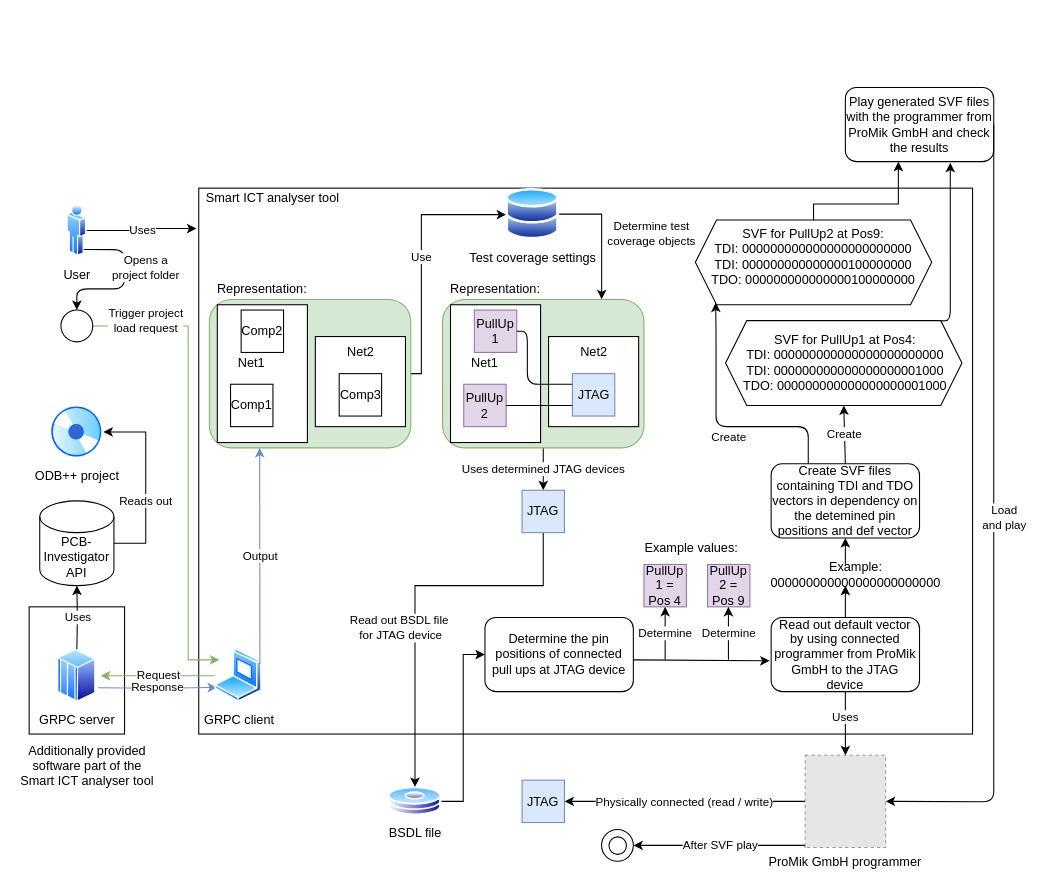
Razvanmatis/SmartIctAnalyzer keeps this draw.io diagram as Master Thesis/drawios/poster.drawio. Above is the earlier version. Source tidied: cells renumbered, new cells numbered last; positions are measured from the earlier drawing's top-left corner, leaving out a move shared by most shapes. Both pictures are drawn from the tidied source at 106%, with x=0, y=0 at pixel (18, 87). Pictures stored in the file or linked from it are replaced by grey dashed boxes.
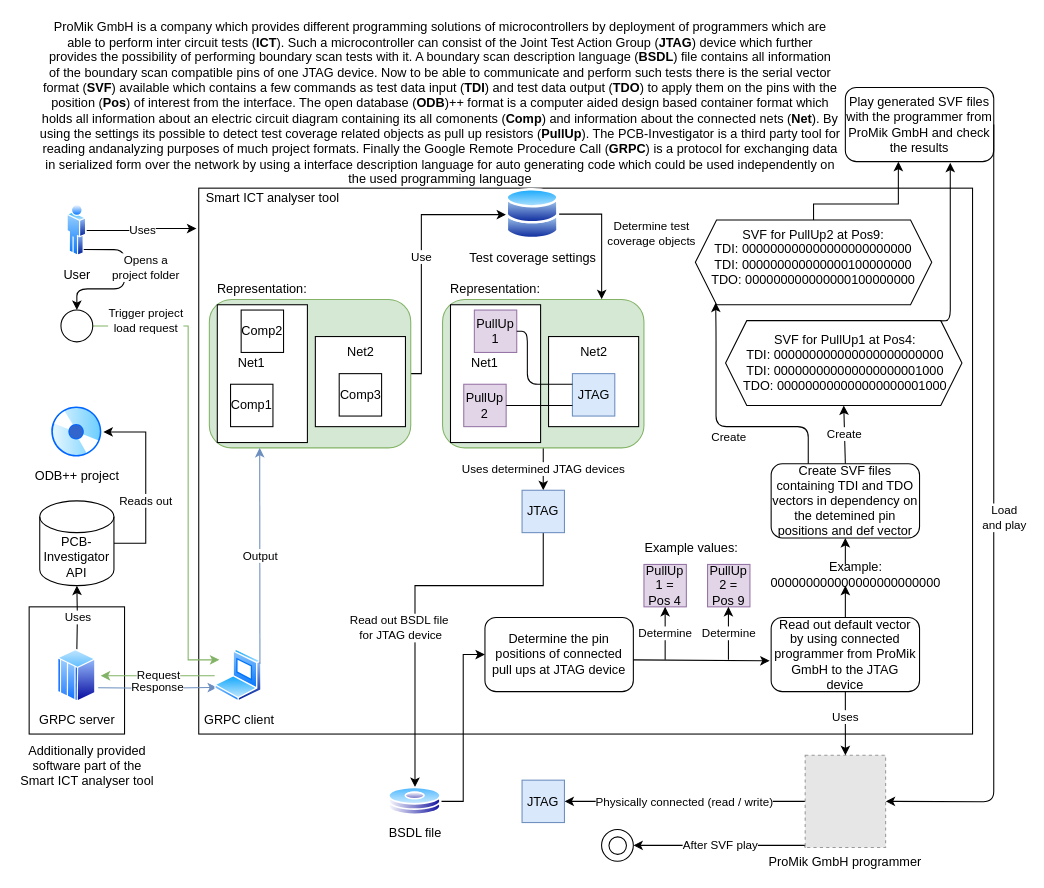
Above is the later version.

Commit message (it also covers changes not shown here):
poster really fin

What changed in the source:
```diff
@@
+    <mxCell id="77" value="ProMik GmbH is a company which provides different programming solutions of microcontrollers by deployment of programmers which are&lt;br&gt;able to perform inter circuit tests (&lt;b&gt;ICT&lt;/b&gt;). Such a microcontroller can consist of the Joint Test Action Group (&lt;b&gt;JTAG&lt;/b&gt;) device which further&lt;br&gt;provides the possibility of performing boundary scan tests with it. A boundary scan description language (&lt;b&gt;BSDL&lt;/b&gt;) file contains all information&lt;br&gt;of the boundary scan compatible pins of one JTAG device. Now to be able to communicate and perform such tests there is the serial vector&lt;br&gt;format (&lt;b&gt;SVF&lt;/b&gt;) available which contains a few commands as test data input (&lt;b&gt;TDI&lt;/b&gt;) and test data output (&lt;b&gt;TDO&lt;/b&gt;) to apply them on the pins with the position (&lt;b&gt;Pos&lt;/b&gt;) of interest from the interface. The open database (&lt;b&gt;ODB&lt;/b&gt;)++ format is a computer aided design based container format which &lt;br&gt;holds&amp;nbsp;all information about an electric circuit diagram containing its all comonents (&lt;b&gt;Comp&lt;/b&gt;) and information about the connected nets (&lt;b&gt;Net&lt;/b&gt;). By &lt;br&gt;using the settings its possible to detect test coverage related objects as pull up resistors (&lt;b&gt;PullUp&lt;/b&gt;). The PCB-Investigator is a third party tool for reading andanalyzing purposes of much project formats. Finally the Google Remote Procedure Call (&lt;b&gt;GRPC&lt;/b&gt;) is a protocol for exchanging data &lt;br&gt;in serialized form over the network by using a interface description language for auto generating code which could be used independently on&lt;br&gt;the used programming language" style="text;html=1;strokeColor=none;fillColor=none;align=center;verticalAlign=middle;whiteSpace=wrap;rounded=0;" parent="1" vertex="1">
+      <mxGeometry x="3" y="-65" width="790" height="160" as="geometry" />
+    </mxCell>
```
